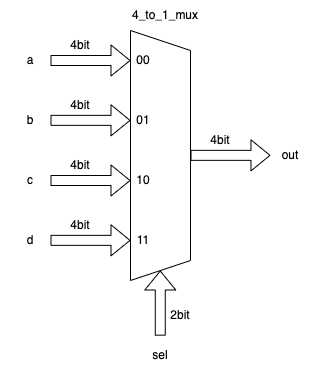
Before: assets/images/2021-12-21-verilogHDL_chapter3_combinational_logic/시스템_반도체_설계_3장-figure_13.drawio.png, a diagram exported from draw.io (ParkDongho/ParkDongho.github.io). Source tidied: cells renumbered, new cells last; positions are measured from the earlier drawing's top-left corner, leaving out a move shared by most shapes.
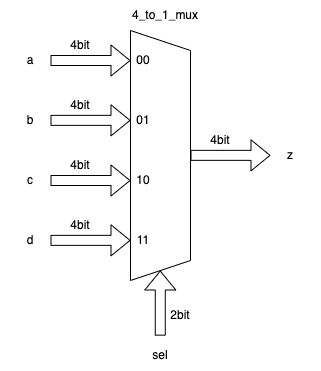
After the change.

What changed in the source:
```diff
@@ -47,7 +47,7 @@
     <mxCell id="11" value="d" style="text;html=1;strokeColor=none;fillColor=none;align=center;verticalAlign=middle;whiteSpace=wrap;rounded=0;" parent="1" vertex="1">
       <mxGeometry y="225" width="60" height="30" as="geometry" />
     </mxCell>
-    <mxCell id="12" value="out" style="text;html=1;strokeColor=none;fillColor=none;align=center;verticalAlign=middle;whiteSpace=wrap;rounded=0;" parent="1" vertex="1">
+    <mxCell id="12" value="z" style="text;html=1;strokeColor=none;fillColor=none;align=center;verticalAlign=middle;whiteSpace=wrap;rounded=0;" parent="1" vertex="1">
       <mxGeometry x="260" y="140" width="60" height="30" as="geometry" />
     </mxCell>
     <mxCell id="13" style="shape=flexArrow;endArrow=classic;html=1;rounded=0;" parent="1" edge="1">
```
